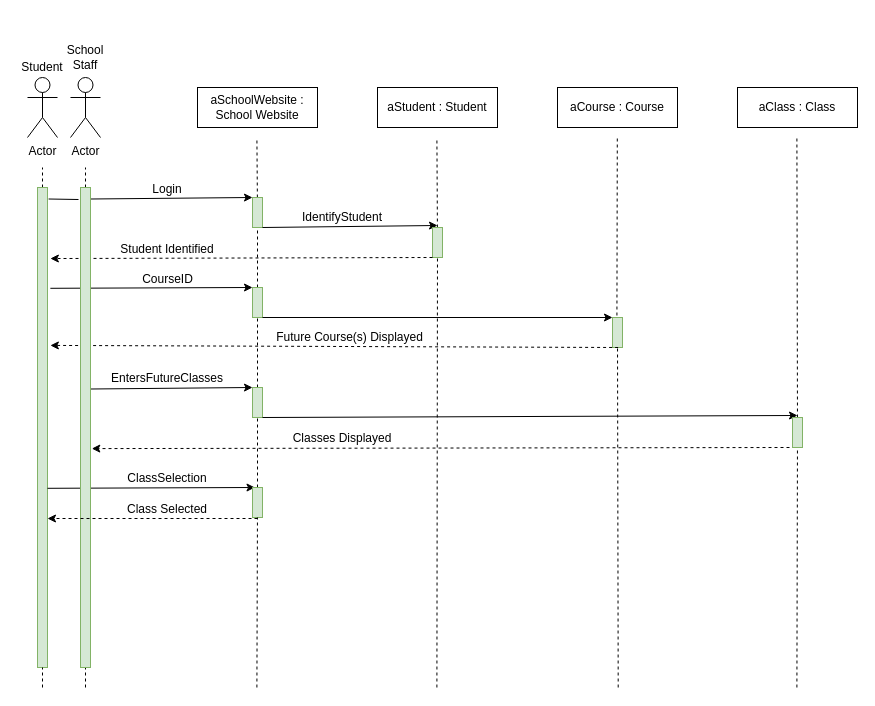
The draw.io diagram 6-1-Project.drawio in kincaidtk901/Workspace, before the edit. Source tidied: cells renumbered, new cells numbered last; positions are measured from the earlier drawing's top-left corner, leaving out a move shared by most shapes. Both pictures are drawn from the tidied source at 100%, with x=0, y=0 at pixel (17, 37).
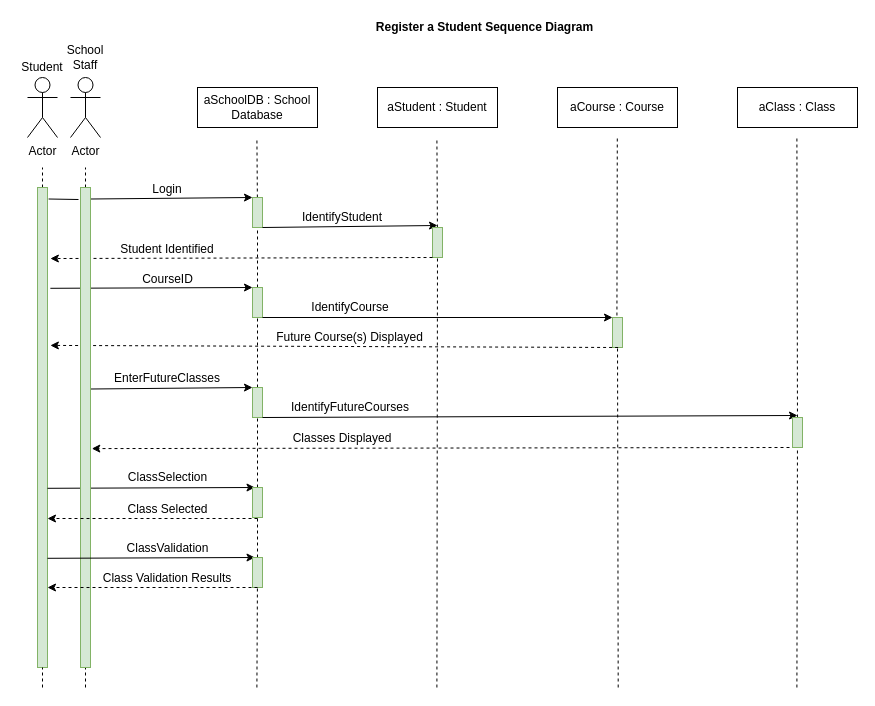
Above is the later version.

Unchanged cells that the change refers to:
```xml
<mxCell id="50" style="rounded=0;whiteSpace=wrap;html=1;fillColor=#d5e8d4;strokeColor=#82b366;" parent="1" vertex="1">
  <mxGeometry x="235" y="450" width="10" height="30" as="geometry" />
</mxCell>
```

What changed in the source:
```diff
@@
-    <mxCell id="4" value="aSchoolWebsite : School Website" style="rounded=0;whiteSpace=wrap;html=1;" parent="1" vertex="1">
+    <mxCell id="4" value="aSchoolDB : School Database" style="rounded=0;whiteSpace=wrap;html=1;" parent="1" vertex="1">
       <mxGeometry x="180" y="50" width="120" height="40" as="geometry" />
     </mxCell>
@@
-    <mxCell id="43" value="EntersFutureClasses" style="text;html=1;strokeColor=none;fillColor=none;align=center;verticalAlign=middle;whiteSpace=wrap;rounded=0;" parent="1" vertex="1">
+    <mxCell id="43" value="EnterFutureClasses" style="text;html=1;strokeColor=none;fillColor=none;align=center;verticalAlign=middle;whiteSpace=wrap;rounded=0;" parent="1" vertex="1">
       <mxGeometry x="85" y="331" width="130" height="20" as="geometry" />
     </mxCell>
@@
-    <mxCell id="51" style="endArrow=none;dashed=1;html=1;" parent="1" edge="1" target="50">
-      <mxGeometry relative="1" as="geometry">
-        <mxPoint x="239.4" y="650" as="sourcePoint" />
-      </mxGeometry>
+    <mxCell id="51" style="endArrow=none;dashed=1;html=1;" parent="1" edge="1" source="59" target="50">
+      <mxGeometry relative="1" as="geometry" />
     </mxCell>
@@
     <mxCell id="53" value="ClassSelection" style="text;html=1;strokeColor=none;fillColor=none;align=center;verticalAlign=middle;whiteSpace=wrap;rounded=0;" parent="1" vertex="1">
-      <mxGeometry x="85" y="431" width="130" height="20" as="geometry" />
+      <mxGeometry x="112.5" y="430" width="75" height="20" as="geometry" />
     </mxCell>
@@
     <mxCell id="55" value="Class Selected" style="text;html=1;strokeColor=none;fillColor=none;align=center;verticalAlign=middle;whiteSpace=wrap;rounded=0;" parent="1" vertex="1">
-      <mxGeometry x="85" y="462" width="130" height="20" as="geometry" />
+      <mxGeometry x="107.5" y="462" width="85" height="20" as="geometry" />
     </mxCell>
+    <mxCell id="56" value="IdentifyCourse" style="text;html=1;strokeColor=none;fillColor=none;align=center;verticalAlign=middle;whiteSpace=wrap;rounded=0;" parent="1" vertex="1">
+      <mxGeometry x="267.5" y="260" width="130" height="20" as="geometry" />
+    </mxCell>
+    <mxCell id="57" value="IdentifyFutureCourses" style="text;html=1;strokeColor=none;fillColor=none;align=center;verticalAlign=middle;whiteSpace=wrap;rounded=0;" parent="1" vertex="1">
+      <mxGeometry x="267.5" y="360" width="130" height="20" as="geometry" />
+    </mxCell>
+    <mxCell id="58" style="endArrow=classic;html=1;exitX=1.286;exitY=0.21;exitDx=0;exitDy=0;exitPerimeter=0;entryX=0.25;entryY=0;entryDx=0;entryDy=0;" parent="1" edge="1">
+      <mxGeometry relative="1" as="geometry">
+        <mxPoint x="30" y="520.8" as="sourcePoint" />
+        <mxPoint x="237.5" y="520" as="targetPoint" />
+      </mxGeometry>
+    </mxCell>
+    <mxCell id="59" style="rounded=0;whiteSpace=wrap;html=1;fillColor=#d5e8d4;strokeColor=#82b366;" parent="1" vertex="1">
+      <mxGeometry x="235" y="520" width="10" height="30" as="geometry" />
+    </mxCell>
+    <mxCell id="60" style="endArrow=none;dashed=1;html=1;" parent="1" edge="1" target="59">
+      <mxGeometry relative="1" as="geometry">
+        <mxPoint x="239.4" y="650" as="sourcePoint" />
+      </mxGeometry>
+    </mxCell>
+    <mxCell id="61" value="ClassValidation" style="text;html=1;strokeColor=none;fillColor=none;align=center;verticalAlign=middle;whiteSpace=wrap;rounded=0;" parent="1" vertex="1">
+      <mxGeometry x="112.5" y="501" width="75" height="20" as="geometry" />
+    </mxCell>
+    <mxCell id="62" style="endArrow=classic;html=1;dashed=1;entryX=1.286;entryY=0.148;entryDx=0;entryDy=0;entryPerimeter=0;" parent="1" edge="1">
+      <mxGeometry relative="1" as="geometry">
+        <mxPoint x="240" y="550" as="sourcePoint" />
+        <mxPoint x="30" y="550" as="targetPoint" />
+      </mxGeometry>
+    </mxCell>
+    <mxCell id="63" value="Class Validation Results" style="text;html=1;strokeColor=none;fillColor=none;align=center;verticalAlign=middle;whiteSpace=wrap;rounded=0;" parent="1" vertex="1">
+      <mxGeometry x="71.2" y="531" width="157.5" height="20" as="geometry" />
+    </mxCell>
+    <mxCell id="64" value="Register a Student Sequence Diagram" style="text;html=1;strokeColor=none;fillColor=none;align=center;verticalAlign=middle;whiteSpace=wrap;rounded=0;fontStyle=1;" parent="1" vertex="1">
+      <mxGeometry x="290" y="-20" width="355" height="20" as="geometry" />
+    </mxCell>
```
